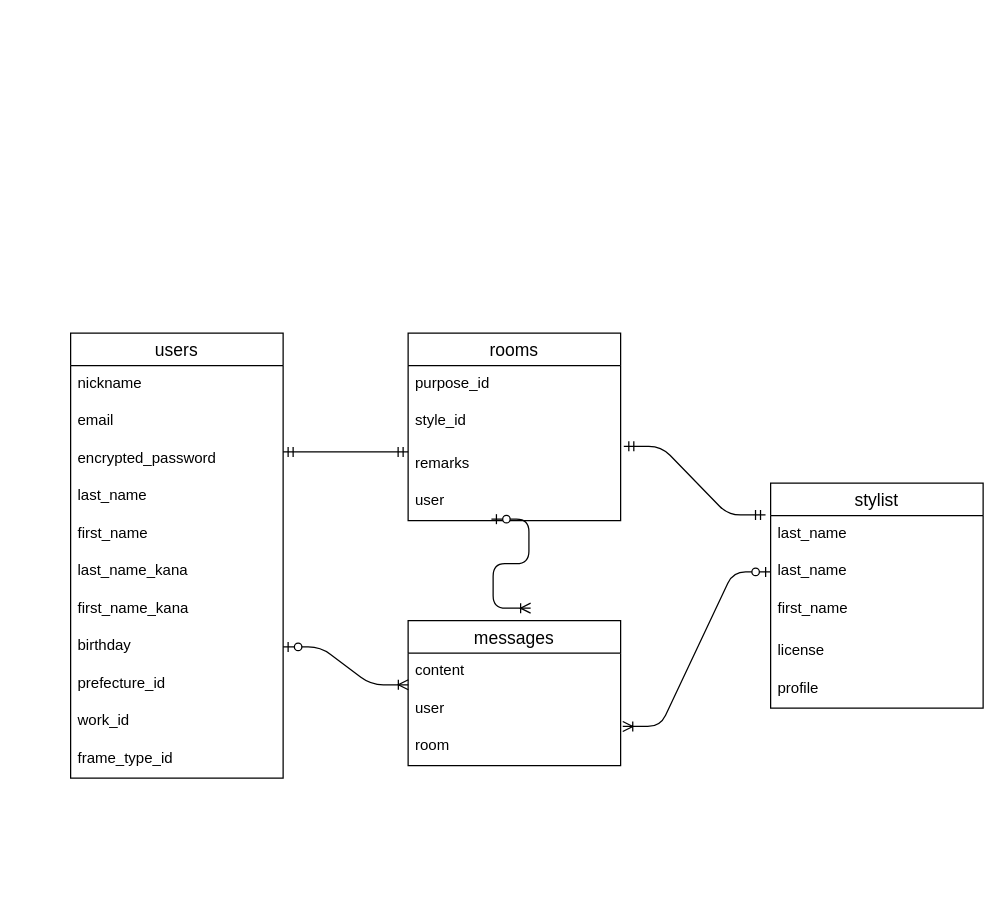
The draw.io diagram er.dio in rikako-yurino/Connect-Stylist, before the edit. Source tidied: cells renumbered, new cells numbered last; positions are measured from the earlier drawing's top-left corner, leaving out a move shared by most shapes. Both pictures are drawn from the tidied source at 125%, with x=0, y=0 at pixel (70, 332).
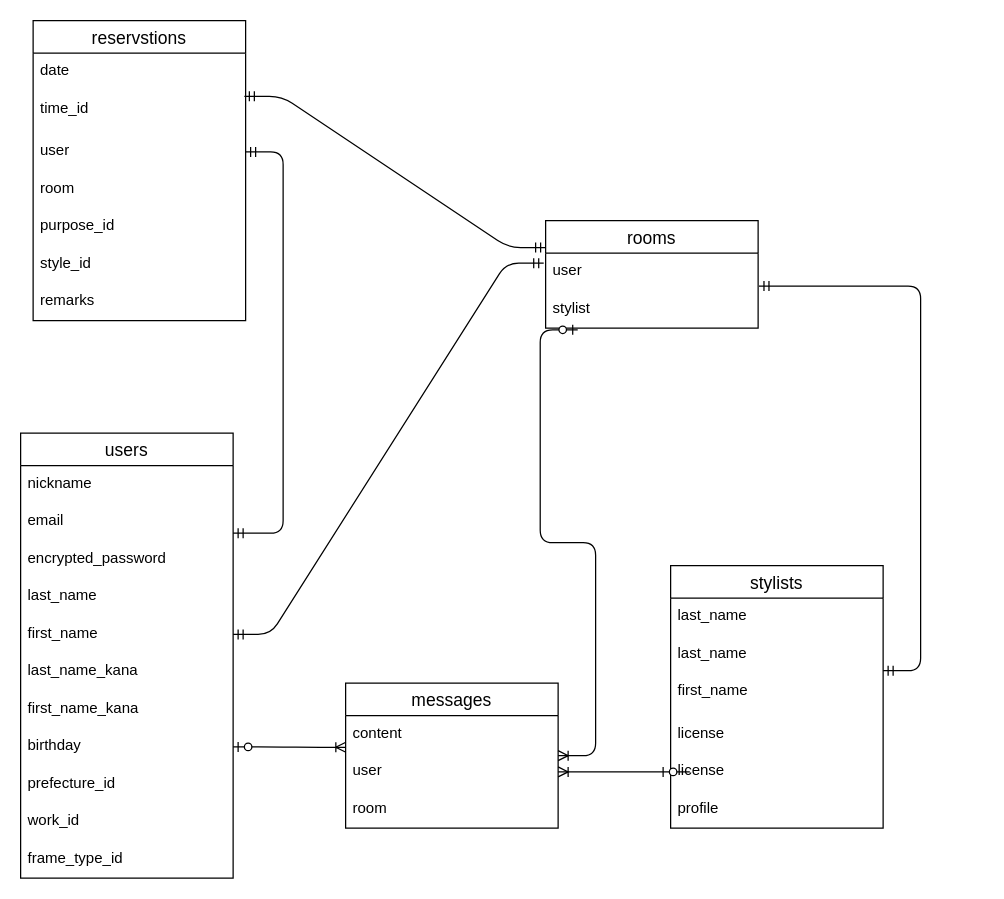
Above is the later version.

Unchanged cells that the change refers to:
```xml
<mxCell id="7" value="first_name" style="text;strokeColor=none;fillColor=none;spacingLeft=4;spacingRight=4;overflow=hidden;points=[[0,0.5],[1,0.5]];portConstraint=eastwest;fontSize=12;" parent="2" vertex="1">
  <mxGeometry y="146" width="170" height="30" as="geometry" />
</mxCell>
<mxCell id="21" value="user" style="text;strokeColor=none;fillColor=none;spacingLeft=4;spacingRight=4;overflow=hidden;points=[[0,0.5],[1,0.5]];portConstraint=eastwest;fontSize=12;" parent="19" vertex="1">
  <mxGeometry y="56" width="170" height="30" as="geometry" />
</mxCell>
<mxCell id="22" value="room" style="text;strokeColor=none;fillColor=none;spacingLeft=4;spacingRight=4;overflow=hidden;points=[[0,0.5],[1,0.5]];portConstraint=eastwest;fontSize=12;" parent="19" vertex="1">
  <mxGeometry y="86" width="170" height="30" as="geometry" />
</mxCell>
<mxCell id="26" value="last_name" style="text;strokeColor=none;fillColor=none;spacingLeft=4;spacingRight=4;overflow=hidden;points=[[0,0.5],[1,0.5]];portConstraint=eastwest;fontSize=12;" parent="25" vertex="1">
  <mxGeometry y="26" width="170" height="30" as="geometry" />
</mxCell>
<mxCell id="27" value="last_name" style="text;strokeColor=none;fillColor=none;spacingLeft=4;spacingRight=4;overflow=hidden;points=[[0,0.5],[1,0.5]];portConstraint=eastwest;fontSize=12;" parent="25" vertex="1">
  <mxGeometry y="56" width="170" height="30" as="geometry" />
</mxCell>
```

Change to the diagram source:
```diff
@@
     <mxCell id="2" value="users" style="swimlane;fontStyle=0;horizontal=1;startSize=26;align=center;fontSize=14;" parent="1" vertex="1">
-      <mxGeometry width="170" height="356" as="geometry" />
+      <mxGeometry x="-40" y="80" width="170" height="356" as="geometry" />
     </mxCell>
@@
     <mxCell id="14" value="rooms" style="swimlane;fontStyle=0;horizontal=1;startSize=26;align=center;fontSize=14;" parent="1" vertex="1">
-      <mxGeometry x="270" width="170" height="150" as="geometry" />
+      <mxGeometry x="380" y="-90" width="170" height="86" as="geometry" />
     </mxCell>
-    <mxCell id="15" value="purpose_id" style="text;strokeColor=none;fillColor=none;spacingLeft=4;spacingRight=4;overflow=hidden;fontSize=12;" parent="14" vertex="1">
-      <mxGeometry y="26" width="170" height="30" as="geometry" />
-    </mxCell>
-    <mxCell id="16" value="style_id" style="text;strokeColor=none;fillColor=none;spacingLeft=4;spacingRight=4;overflow=hidden;points=[[0,0.5],[1,0.5]];portConstraint=eastwest;fontSize=12;" parent="14" vertex="1">
-      <mxGeometry y="56" width="170" height="34" as="geometry" />
-    </mxCell>
-    <mxCell id="17" value="remarks" style="text;strokeColor=none;fillColor=none;spacingLeft=4;spacingRight=4;overflow=hidden;points=[[0,0.5],[1,0.5]];portConstraint=eastwest;fontSize=12;" parent="14" vertex="1">
-      <mxGeometry y="90" width="170" height="30" as="geometry" />
-    </mxCell>
     <mxCell id="18" value="user" style="text;strokeColor=none;fillColor=none;spacingLeft=4;spacingRight=4;overflow=hidden;points=[[0,0.5],[1,0.5]];portConstraint=eastwest;fontSize=12;" parent="14" vertex="1">
-      <mxGeometry y="120" width="170" height="30" as="geometry" />
+      <mxGeometry y="26" width="170" height="30" as="geometry" />
     </mxCell>
+    <mxCell id="34" value="stylist" style="text;strokeColor=none;fillColor=none;spacingLeft=4;spacingRight=4;overflow=hidden;points=[[0,0.5],[1,0.5]];portConstraint=eastwest;fontSize=12;" parent="14" vertex="1">
+      <mxGeometry y="56" width="170" height="30" as="geometry" />
+    </mxCell>
     <mxCell id="19" value="messages" style="swimlane;fontStyle=0;horizontal=1;startSize=26;align=center;fontSize=14;" parent="1" vertex="1">
-      <mxGeometry x="270" y="230" width="170" height="116" as="geometry" />
+      <mxGeometry x="220" y="280" width="170" height="116" as="geometry" />
     </mxCell>
@@
-    <mxCell id="23" style="edgeStyle=entityRelationEdgeStyle;fontSize=12;html=1;endArrow=ERoneToMany;startArrow=ERzeroToOne;exitX=0.392;exitY=0.961;exitDx=0;exitDy=0;exitPerimeter=0;" parent="1" edge="1" source="18">
-      <mxGeometry relative="1" as="geometry">
-        <mxPoint x="368" y="220" as="targetPoint" />
-      </mxGeometry>
+    <mxCell id="23" style="edgeStyle=entityRelationEdgeStyle;fontSize=12;html=1;endArrow=ERoneToMany;startArrow=ERzeroToOne;exitX=0.151;exitY=1.044;exitDx=0;exitDy=0;exitPerimeter=0;entryX=1;entryY=0.5;entryDx=0;entryDy=0;" parent="1" edge="1" source="34" target="19">
+      <mxGeometry relative="1" as="geometry" />
     </mxCell>
@@
-    <mxCell id="25" value="stylist" style="swimlane;fontStyle=0;horizontal=1;startSize=26;align=center;fontSize=14;" parent="1" vertex="1">
-      <mxGeometry x="560" y="120" width="170" height="180" as="geometry" />
+    <mxCell id="25" value="stylists" style="swimlane;fontStyle=0;horizontal=1;startSize=26;align=center;fontSize=14;" parent="1" vertex="1">
+      <mxGeometry x="480" y="186" width="170" height="210" as="geometry" />
     </mxCell>
@@
+    <mxCell id="35" value="license" style="text;strokeColor=none;fillColor=none;spacingLeft=4;spacingRight=4;overflow=hidden;fontSize=12;" parent="25" vertex="1">
+      <mxGeometry y="120" width="170" height="30" as="geometry" />
+    </mxCell>
     <mxCell id="29" value="license" style="text;strokeColor=none;fillColor=none;spacingLeft=4;spacingRight=4;overflow=hidden;fontSize=12;" parent="25" vertex="1">
-      <mxGeometry y="120" width="170" height="30" as="geometry" />
+      <mxGeometry y="150" width="170" height="30" as="geometry" />
     </mxCell>
     <mxCell id="30" value="profile" style="text;strokeColor=none;fillColor=none;spacingLeft=4;spacingRight=4;overflow=hidden;fontSize=12;" parent="25" vertex="1">
-      <mxGeometry y="150" width="170" height="30" as="geometry" />
+      <mxGeometry y="180" width="170" height="30" as="geometry" />
     </mxCell>
-    <mxCell id="31" style="edgeStyle=entityRelationEdgeStyle;fontSize=12;html=1;endArrow=ERoneToMany;startArrow=ERzeroToOne;entryX=1.01;entryY=-0.044;entryDx=0;entryDy=0;entryPerimeter=0;exitX=0;exitY=0.5;exitDx=0;exitDy=0;" parent="1" edge="1" source="27" target="22">
-      <mxGeometry relative="1" as="geometry" />
+    <mxCell id="31" style="edgeStyle=entityRelationEdgeStyle;fontSize=12;html=1;endArrow=ERoneToMany;startArrow=ERzeroToOne;entryX=1;entryY=0.5;entryDx=0;entryDy=0;" parent="1" edge="1" target="21">
+      <mxGeometry relative="1" as="geometry">
+        <mxPoint x="470" y="351" as="sourcePoint" />
+      </mxGeometry>
     </mxCell>
-    <mxCell id="32" style="edgeStyle=entityRelationEdgeStyle;fontSize=12;html=1;endArrow=ERmandOne;startArrow=ERmandOne;entryX=-0.024;entryY=-0.017;entryDx=0;entryDy=0;entryPerimeter=0;exitX=1.015;exitY=1.015;exitDx=0;exitDy=0;exitPerimeter=0;" parent="1" edge="1" source="16" target="26">
-      <mxGeometry relative="1" as="geometry" />
-    </mxCell>
-    <mxCell id="33" style="edgeStyle=entityRelationEdgeStyle;fontSize=12;html=1;endArrow=ERmandOne;startArrow=ERmandOne;entryX=0;entryY=0.167;entryDx=0;entryDy=0;entryPerimeter=0;exitX=1.015;exitY=1.015;exitDx=0;exitDy=0;exitPerimeter=0;" parent="1" edge="1" target="17">
-      <mxGeometry relative="1" as="geometry">
-        <mxPoint x="170" y="95" as="sourcePoint" />
-      </mxGeometry>
+    <mxCell id="33" style="edgeStyle=entityRelationEdgeStyle;fontSize=12;html=1;endArrow=ERmandOne;startArrow=ERmandOne;entryX=-0.009;entryY=0.267;entryDx=0;entryDy=0;entryPerimeter=0;exitX=1;exitY=0.5;exitDx=0;exitDy=0;" parent="1" edge="1" source="7" target="18">
+      <mxGeometry relative="1" as="geometry" />
     </mxCell>
+    <mxCell id="36" value="reservstions" style="swimlane;fontStyle=0;horizontal=1;startSize=26;align=center;fontSize=14;" parent="1" vertex="1">
+      <mxGeometry x="-30" y="-250" width="170" height="240" as="geometry" />
+    </mxCell>
+    <mxCell id="37" value="date" style="text;strokeColor=none;fillColor=none;spacingLeft=4;spacingRight=4;overflow=hidden;fontSize=12;" parent="36" vertex="1">
+      <mxGeometry y="26" width="170" height="30" as="geometry" />
+    </mxCell>
+    <mxCell id="38" value="time_id" style="text;strokeColor=none;fillColor=none;spacingLeft=4;spacingRight=4;overflow=hidden;points=[[0,0.5],[1,0.5]];portConstraint=eastwest;fontSize=12;" parent="36" vertex="1">
+      <mxGeometry y="56" width="170" height="34" as="geometry" />
+    </mxCell>
+    <mxCell id="39" value="user" style="text;strokeColor=none;fillColor=none;spacingLeft=4;spacingRight=4;overflow=hidden;points=[[0,0.5],[1,0.5]];portConstraint=eastwest;fontSize=12;" parent="36" vertex="1">
+      <mxGeometry y="90" width="170" height="30" as="geometry" />
+    </mxCell>
+    <mxCell id="40" value="room" style="text;strokeColor=none;fillColor=none;spacingLeft=4;spacingRight=4;overflow=hidden;fontSize=12;" parent="36" vertex="1">
+      <mxGeometry y="120" width="170" height="30" as="geometry" />
+    </mxCell>
+    <mxCell id="15" value="purpose_id" style="text;strokeColor=none;fillColor=none;spacingLeft=4;spacingRight=4;overflow=hidden;fontSize=12;" parent="36" vertex="1">
+      <mxGeometry y="150" width="170" height="30" as="geometry" />
+    </mxCell>
+    <mxCell id="16" value="style_id" style="text;strokeColor=none;fillColor=none;spacingLeft=4;spacingRight=4;overflow=hidden;points=[[0,0.5],[1,0.5]];portConstraint=eastwest;fontSize=12;" parent="36" vertex="1">
+      <mxGeometry y="180" width="170" height="30" as="geometry" />
+    </mxCell>
+    <mxCell id="17" value="remarks" style="text;strokeColor=none;fillColor=none;spacingLeft=4;spacingRight=4;overflow=hidden;points=[[0,0.5],[1,0.5]];portConstraint=eastwest;fontSize=12;" parent="36" vertex="1">
+      <mxGeometry y="210" width="170" height="30" as="geometry" />
+    </mxCell>
+    <mxCell id="41" style="edgeStyle=entityRelationEdgeStyle;fontSize=12;html=1;endArrow=ERmandOne;startArrow=ERmandOne;entryX=0;entryY=0.25;entryDx=0;entryDy=0;exitX=0.994;exitY=0.135;exitDx=0;exitDy=0;exitPerimeter=0;" parent="1" edge="1" source="38" target="14">
+      <mxGeometry relative="1" as="geometry" />
+    </mxCell>
+    <mxCell id="42" style="edgeStyle=entityRelationEdgeStyle;fontSize=12;html=1;endArrow=ERmandOne;startArrow=ERmandOne;exitX=1;exitY=0.5;exitDx=0;exitDy=0;" parent="1" edge="1" target="39">
+      <mxGeometry relative="1" as="geometry">
+        <mxPoint x="130" y="160" as="sourcePoint" />
+      </mxGeometry>
+    </mxCell>
+    <mxCell id="43" style="edgeStyle=entityRelationEdgeStyle;fontSize=12;html=1;endArrow=ERmandOne;startArrow=ERmandOne;entryX=1.004;entryY=-0.122;entryDx=0;entryDy=0;entryPerimeter=0;" parent="1" edge="1" target="34">
+      <mxGeometry relative="1" as="geometry">
+        <mxPoint x="650" y="270" as="sourcePoint" />
+      </mxGeometry>
+    </mxCell>
```
